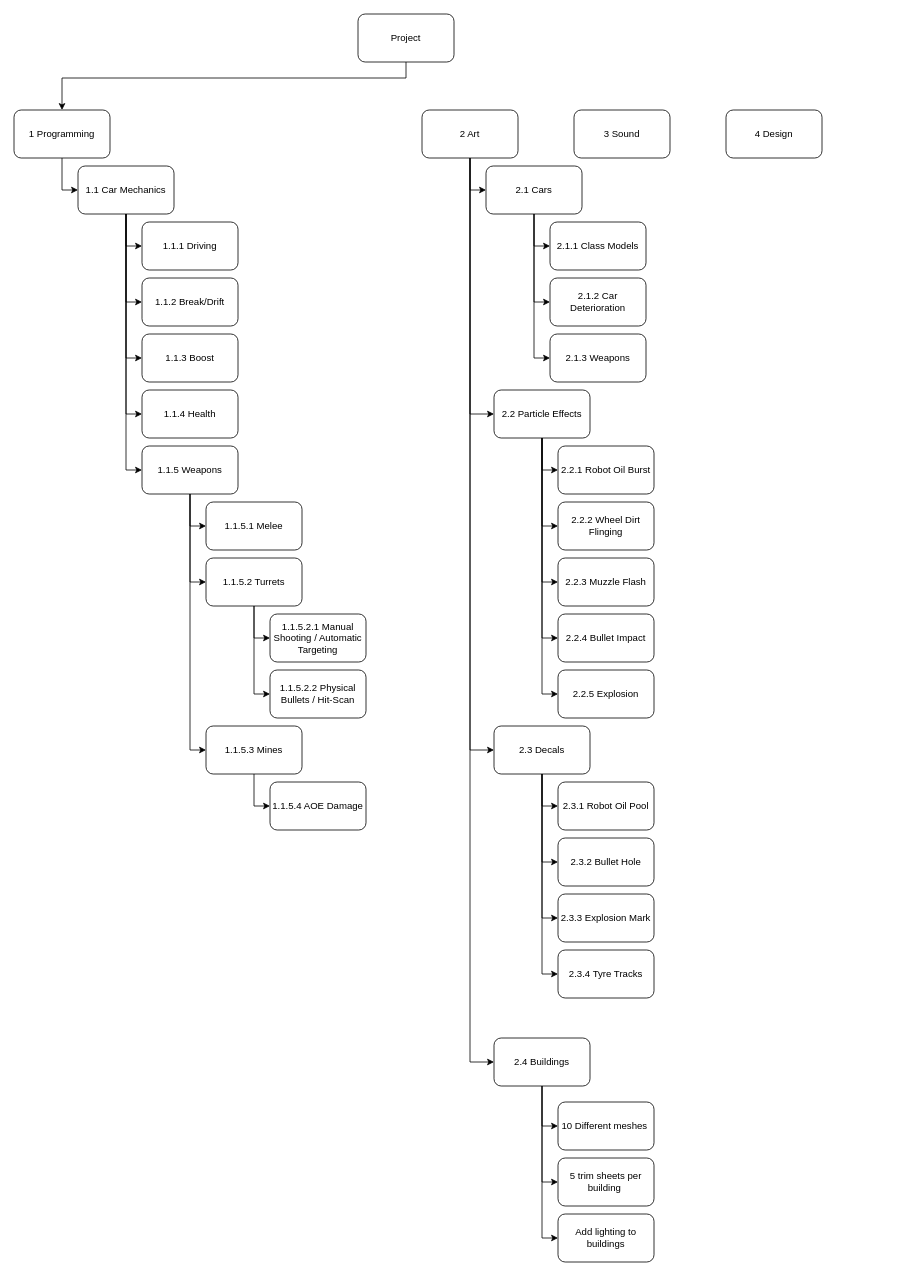
The draw.io diagram carprojWBS.drawio in Nat0T98/CarSurvivors, before the edit. Source tidied: cells renumbered, new cells numbered last; positions are measured from the earlier drawing's top-left corner, leaving out a move shared by most shapes. Both pictures are drawn from the tidied source at 80%, with x=0, y=0 at pixel (14, 14).
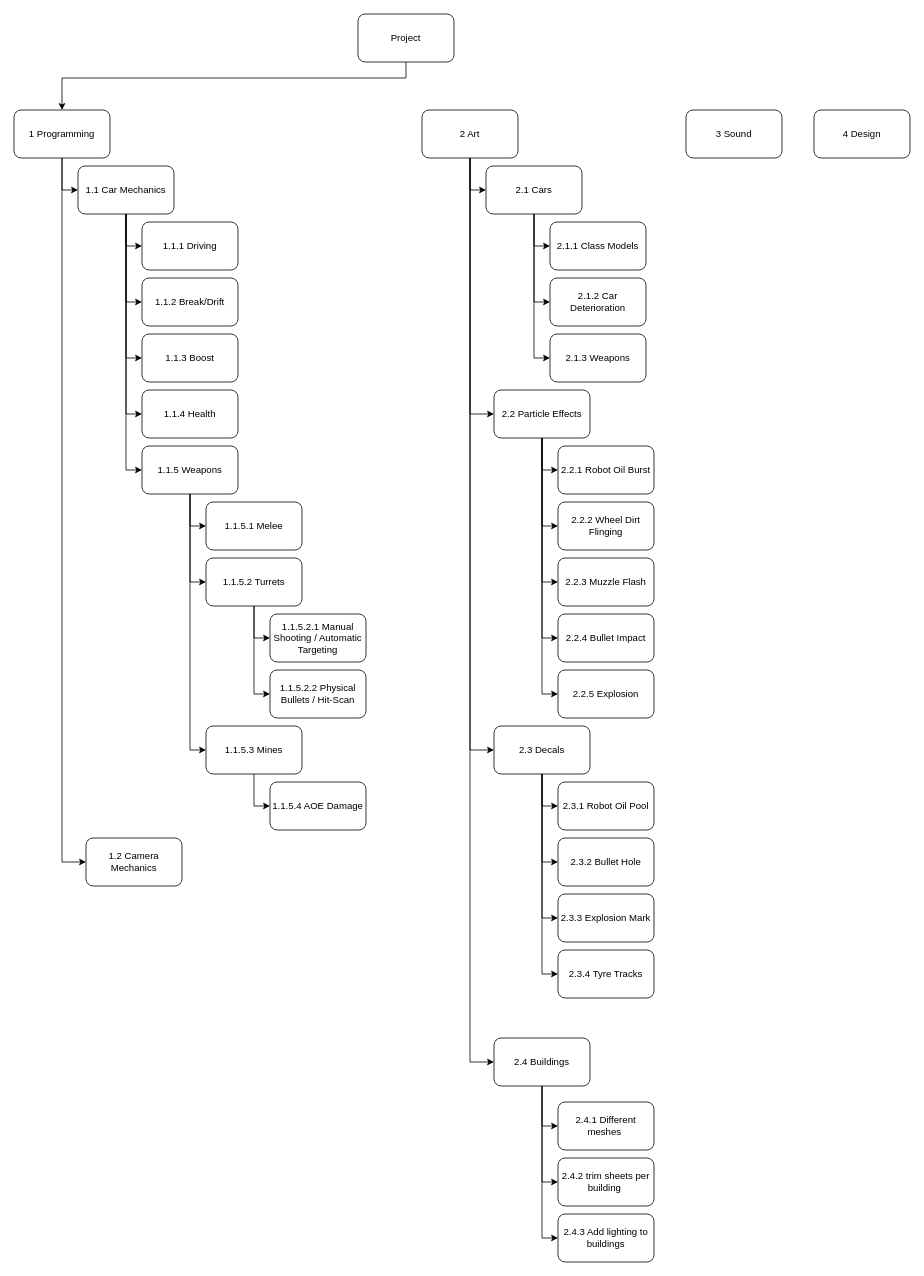
After the change.

The change refers to these unchanged cells:
```xml
<mxCell id="3" value="1 Programming" style="rounded=1;whiteSpace=wrap;html=1;" parent="1" vertex="1">
  <mxGeometry y="120" width="120" height="60" as="geometry" />
</mxCell>
```

What changed in the source:
```diff
@@
     <mxCell id="6" value="3 Sound" style="rounded=1;whiteSpace=wrap;html=1;" parent="1" vertex="1">
-      <mxGeometry x="700" y="120" width="120" height="60" as="geometry" />
+      <mxGeometry x="840" y="120" width="120" height="60" as="geometry" />
     </mxCell>
     <mxCell id="7" value="4 Design" style="rounded=1;whiteSpace=wrap;html=1;" parent="1" vertex="1">
-      <mxGeometry x="890" y="120" width="120" height="60" as="geometry" />
+      <mxGeometry x="1000" y="120" width="120" height="60" as="geometry" />
     </mxCell>
@@
-    <mxCell id="67" value="10 Different meshes&amp;nbsp;" style="rounded=1;whiteSpace=wrap;html=1;" parent="1" vertex="1">
+    <mxCell id="67" value="2.4.1 Different meshes&amp;nbsp;" style="rounded=1;whiteSpace=wrap;html=1;" parent="1" vertex="1">
       <mxGeometry x="680" y="1360" width="120" height="60" as="geometry" />
     </mxCell>
-    <mxCell id="68" value="5 trim sheets per building&amp;nbsp;" style="rounded=1;whiteSpace=wrap;html=1;" parent="1" vertex="1">
+    <mxCell id="68" value="2.4.2 trim sheets per building&amp;nbsp;" style="rounded=1;whiteSpace=wrap;html=1;" parent="1" vertex="1">
       <mxGeometry x="680" y="1430" width="120" height="60" as="geometry" />
     </mxCell>
-    <mxCell id="69" value="Add lighting to buildings" style="rounded=1;whiteSpace=wrap;html=1;" parent="1" vertex="1">
+    <mxCell id="69" value="2.4.3 Add lighting to buildings" style="rounded=1;whiteSpace=wrap;html=1;" parent="1" vertex="1">
       <mxGeometry x="680" y="1500" width="120" height="60" as="geometry" />
     </mxCell>
+    <mxCell id="70" style="edgeStyle=orthogonalEdgeStyle;rounded=0;jettySize=auto;html=1;entryX=0;entryY=0.5;entryDx=0;entryDy=0;exitX=0.5;exitY=1;exitDx=0;exitDy=0;" parent="1" edge="1" source="3" target="71">
+      <mxGeometry relative="1" as="geometry" />
+    </mxCell>
+    <mxCell id="71" value="1.2 Camera Mechanics" style="rounded=1;whiteSpace=wrap;html=1;" parent="1" vertex="1">
+      <mxGeometry x="90" y="1030" width="120" height="60" as="geometry" />
+    </mxCell>
```
